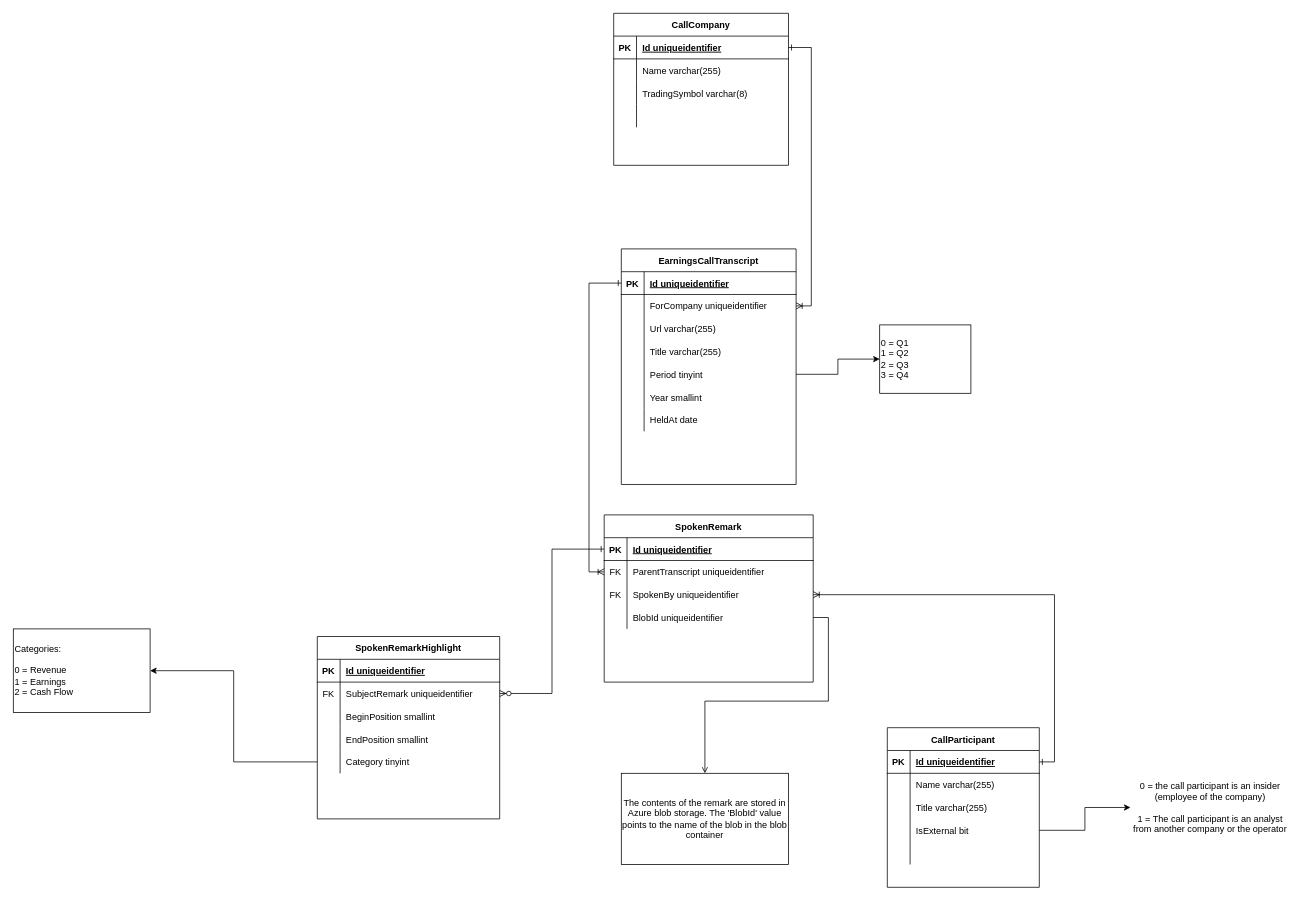
Above: page "Earnings Calls" (4 of 4) of AletheiaErd.drawio in TimHanewich/Aletheia-Engine-Library (draw.io), before the change. Source tidied: cells renumbered, new cells numbered last; positions are measured from the earlier drawing's top-left corner, leaving out a move shared by most shapes. Both pictures are drawn from the tidied source at 76%, with x=0, y=0 at pixel (13, 13).
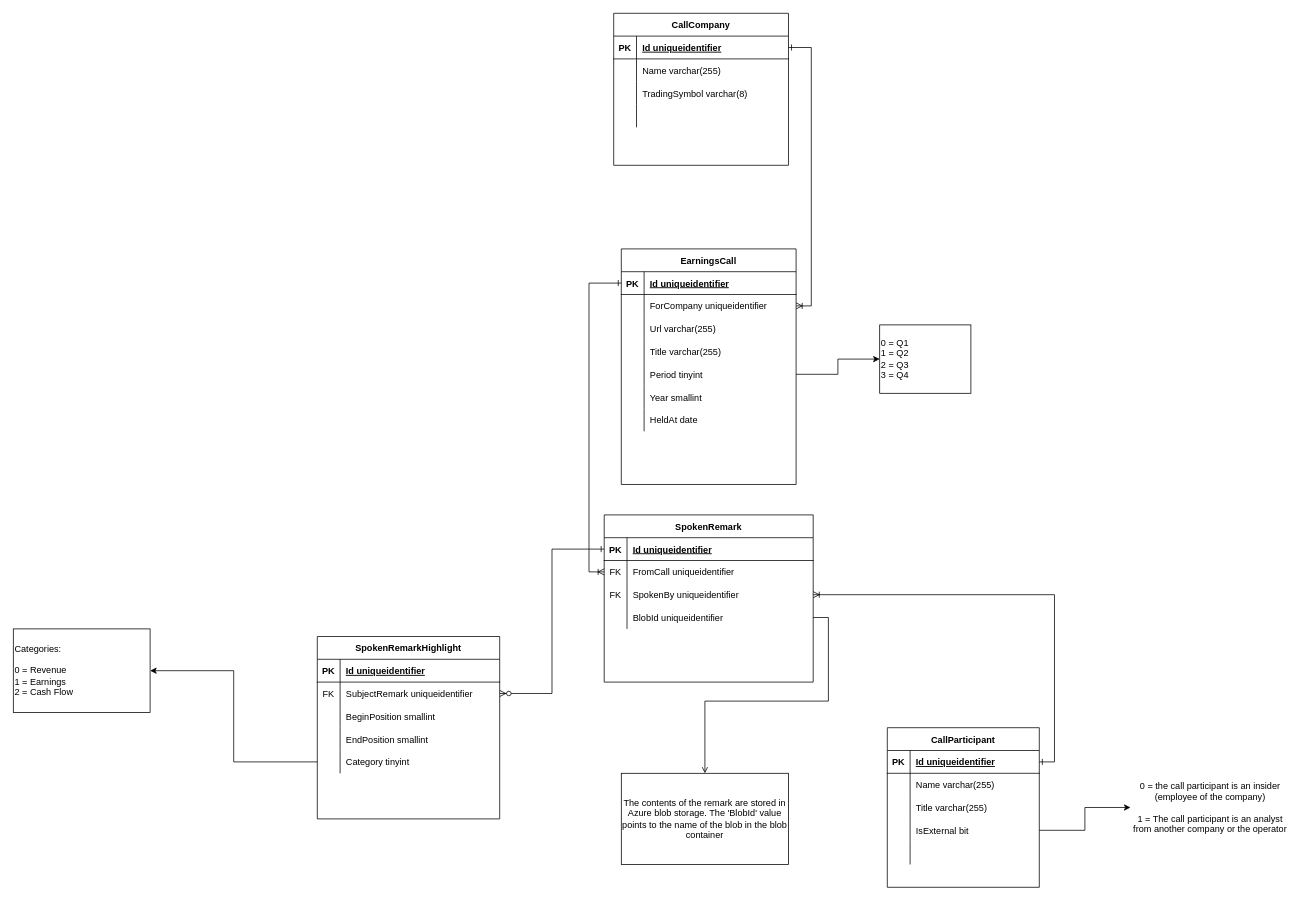
The same page after the edit.

Commit message:
Changed naming around earnings call, not transcript

Unchanged cells that the change refers to:
```xml
<mxCell id="57" style="shape=partialRectangle;fillColor=none;top=0;left=0;bottom=0;right=0;points=[[0,0.5],[1,0.5]];portConstraint=eastwest;" parent="53" vertex="1">
  <mxGeometry y="60" width="275" height="30" as="geometry" />
</mxCell>
```

Diff of the diagram source:
```diff
@@
-    <mxCell id="31" value="EarningsCallTranscript" style="shape=table;startSize=30;childLayout=tableLayout;rowLines=0;fontStyle=1;align=center;" parent="1" vertex="1">
+    <mxCell id="31" value="EarningsCall" style="shape=table;startSize=30;childLayout=tableLayout;rowLines=0;fontStyle=1;align=center;" parent="1" vertex="1">
       <mxGeometry x="800" y="310" width="230" height="310" as="geometry" />
     </mxCell>
@@
-    <mxCell id="59" value="ParentTranscript uniqueidentifier" style="shape=partialRectangle;fillColor=none;top=0;left=0;bottom=0;right=0;align=left;spacingLeft=6;overflow=hidden;" parent="57" vertex="1">
+    <mxCell id="59" value="FromCall uniqueidentifier" style="shape=partialRectangle;fillColor=none;top=0;left=0;bottom=0;right=0;align=left;spacingLeft=6;overflow=hidden;" parent="57" vertex="1">
       <mxGeometry x="30" width="245" height="30" as="geometry" />
     </mxCell>
```
